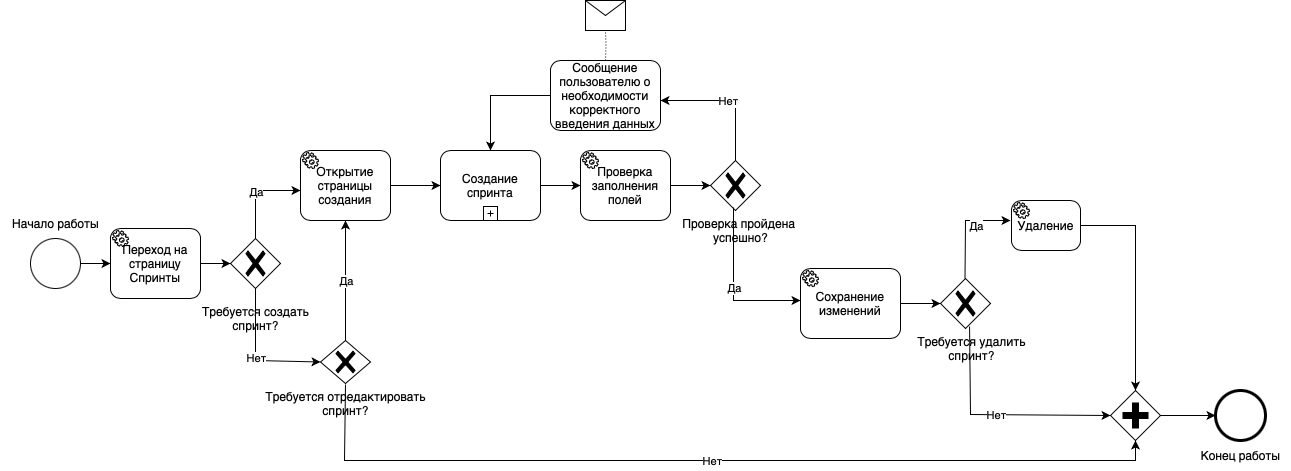
Before: images/WorkSprintpng.png, a diagram exported from draw.io (DibrovDru/Architecture.1). Source tidied: cells renumbered, new cells last; positions are measured from the earlier drawing's top-left corner, leaving out a move shared by most shapes.
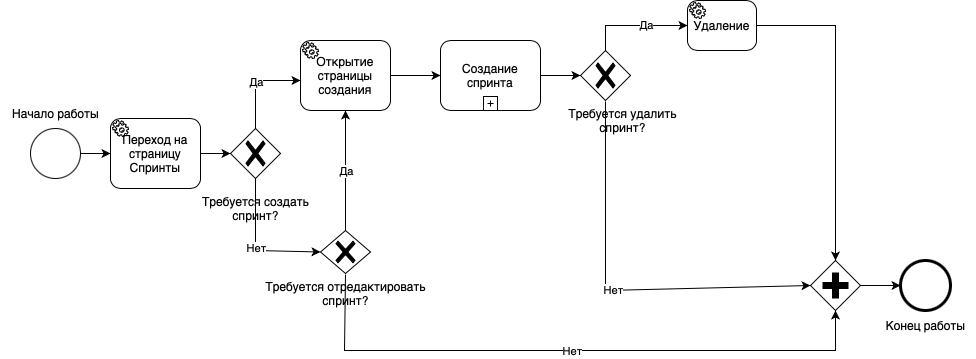
After the change.

Change to the diagram source:
```diff
@@ -62,7 +62,7 @@
       <mxGeometry relative="1" as="geometry">
         <Array as="points">
           <mxPoint x="344" y="460" />
-          <mxPoint x="1135" y="460" />
+          <mxPoint x="835" y="460" />
         </Array>
       </mxGeometry>
     </mxCell>
@@ -78,78 +78,21 @@
     <mxCell id="21" style="endArrow=classic;html=1;rounded=0;exitX=1;exitY=0.5;exitDx=0;exitDy=0;exitPerimeter=0;entryX=0;entryY=0.5;entryDx=0;entryDy=0;entryPerimeter=0;" parent="1" edge="1" source="19" target="20">
       <mxGeometry relative="1" as="geometry" />
     </mxCell>
-    <mxCell id="22" value="Проверка заполнения полей" style="points=[[0.25,0,0],[0.5,0,0],[0.75,0,0],[1,0.25,0],[1,0.5,0],[1,0.75,0],[0.75,1,0],[0.5,1,0],[0.25,1,0],[0,0.75,0],[0,0.5,0],[0,0.25,0]];shape=mxgraph.bpmn.task;whiteSpace=wrap;rectStyle=rounded;size=10;html=1;taskMarker=service;" parent="1" vertex="1">
-      <mxGeometry x="580" y="150" width="90" height="70" as="geometry" />
-    </mxCell>
-    <mxCell id="23" style="endArrow=classic;html=1;rounded=0;exitX=1;exitY=0.5;exitDx=0;exitDy=0;exitPerimeter=0;" parent="1" edge="1" source="20" target="22">
-      <mxGeometry relative="1" as="geometry" />
+    <mxCell id="23" style="endArrow=classic;html=1;rounded=0;exitX=1;exitY=0.5;exitDx=0;exitDy=0;exitPerimeter=0;" parent="1" edge="1" source="20">
+      <mxGeometry relative="1" as="geometry">
+        <mxPoint x="580" y="185" as="targetPoint" />
+      </mxGeometry>
     </mxCell>
-    <mxCell id="24" style="points=[[0.25,0.25,0],[0.5,0,0],[0.75,0.25,0],[1,0.5,0],[0.75,0.75,0],[0.5,1,0],[0.25,0.75,0],[0,0.5,0]];shape=mxgraph.bpmn.gateway2;html=1;verticalLabelPosition=bottom;labelBackgroundColor=#ffffff;verticalAlign=top;align=center;perimeter=rhombusPerimeter;outlineConnect=0;outline=none;symbol=none;gwType=exclusive;" parent="1" vertex="1">
-      <mxGeometry x="710" y="160" width="50" height="50" as="geometry" />
-    </mxCell>
-    <mxCell id="25" style="endArrow=classic;html=1;rounded=0;exitX=1;exitY=0.5;exitDx=0;exitDy=0;exitPerimeter=0;entryX=0;entryY=0.5;entryDx=0;entryDy=0;entryPerimeter=0;" parent="1" edge="1" source="22" target="24">
-      <mxGeometry relative="1" as="geometry" />
-    </mxCell>
-    <mxCell id="26" value="Проверка пройдена&amp;nbsp;&lt;br&gt;успешно?" style="text;html=1;align=center;verticalAlign=middle;points=[];strokeColor=none;fillColor=none;" parent="1" vertex="1">
-      <mxGeometry x="670" y="210" width="140" height="40" as="geometry" />
-    </mxCell>
-    <mxCell id="27" style="endArrow=classic;html=1;rounded=0;exitX=0.5;exitY=0;exitDx=0;exitDy=0;exitPerimeter=0;" parent="1" edge="1" source="24">
-      <mxGeometry relative="1" as="geometry">
-        <mxPoint x="660" y="100" as="targetPoint" />
-        <Array as="points">
-          <mxPoint x="735" y="100" />
-        </Array>
-      </mxGeometry>
-    </mxCell>
-    <mxCell id="28" value="Нет" style="edgeLabel;html=1;align=center;verticalAlign=middle;" parent="27" vertex="1">
-      <mxGeometry relative="1" as="geometry" />
-    </mxCell>
-    <mxCell id="29" value="Сообщение пользователю о необходимости корректного введения данных" style="points=[[0.25,0,0],[0.5,0,0],[0.75,0,0],[1,0.25,0],[1,0.5,0],[1,0.75,0],[0.75,1,0],[0.5,1,0],[0.25,1,0],[0,0.75,0],[0,0.5,0],[0,0.25,0]];shape=mxgraph.bpmn.task;whiteSpace=wrap;rectStyle=rounded;size=10;html=1;taskMarker=abstract;" parent="1" vertex="1">
-      <mxGeometry x="550" y="60" width="110" height="70" as="geometry" />
-    </mxCell>
-    <mxCell id="30" style="shape=message;html=1;" parent="29" vertex="1">
-      <mxGeometry x="35" y="-60" width="40" height="30" as="geometry" />
-    </mxCell>
-    <mxCell id="31" style="edgeStyle=orthogonalEdgeStyle;html=1;elbow=horizontal;endArrow=none;labelBackgroundColor=none;endSize=12;endFill=0;dashed=1;dashPattern=1 2;exitX=0.5;exitY=0;rounded=0;" parent="29" edge="1" target="30">
-      <mxGeometry relative="1" as="geometry">
-        <mxPoint x="55" as="sourcePoint" />
-      </mxGeometry>
-    </mxCell>
-    <mxCell id="32" style="endArrow=classic;html=1;rounded=0;exitX=0;exitY=0.5;exitDx=0;exitDy=0;exitPerimeter=0;entryX=0.5;entryY=0;entryDx=0;entryDy=0;entryPerimeter=0;" parent="1" edge="1" source="29" target="20">
-      <mxGeometry relative="1" as="geometry">
-        <Array as="points">
-          <mxPoint x="490" y="95" />
-        </Array>
-      </mxGeometry>
-    </mxCell>
-    <mxCell id="33" style="endArrow=classic;html=1;rounded=0;exitX=0.45;exitY=-0.075;exitDx=0;exitDy=0;exitPerimeter=0;" parent="1" edge="1" source="26">
-      <mxGeometry relative="1" as="geometry">
-        <mxPoint x="800" y="300" as="targetPoint" />
-        <Array as="points">
-          <mxPoint x="733" y="300" />
-        </Array>
-      </mxGeometry>
-    </mxCell>
-    <mxCell id="34" value="Да" style="edgeLabel;html=1;align=center;verticalAlign=middle;" parent="33" vertex="1">
-      <mxGeometry relative="1" as="geometry" />
-    </mxCell>
-    <mxCell id="35" value="Сохранение изменений" style="points=[[0.25,0,0],[0.5,0,0],[0.75,0,0],[1,0.25,0],[1,0.5,0],[1,0.75,0],[0.75,1,0],[0.5,1,0],[0.25,1,0],[0,0.75,0],[0,0.5,0],[0,0.25,0]];shape=mxgraph.bpmn.task;whiteSpace=wrap;rectStyle=rounded;size=10;html=1;taskMarker=service;" parent="1" vertex="1">
-      <mxGeometry x="800" y="268" width="100" height="70" as="geometry" />
-    </mxCell>
     <mxCell id="36" style="points=[[0.25,0.25,0],[0.5,0,0],[0.75,0.25,0],[1,0.5,0],[0.75,0.75,0],[0.5,1,0],[0.25,0.75,0],[0,0.5,0]];shape=mxgraph.bpmn.gateway2;html=1;verticalLabelPosition=bottom;labelBackgroundColor=#ffffff;verticalAlign=top;align=center;perimeter=rhombusPerimeter;outlineConnect=0;outline=none;symbol=none;gwType=exclusive;" parent="1" vertex="1">
-      <mxGeometry x="940" y="278" width="50" height="50" as="geometry" />
+      <mxGeometry x="580" y="160" width="50" height="50" as="geometry" />
     </mxCell>
-    <mxCell id="37" style="endArrow=classic;html=1;rounded=0;exitX=1;exitY=0.5;exitDx=0;exitDy=0;exitPerimeter=0;entryX=0;entryY=0.5;entryDx=0;entryDy=0;entryPerimeter=0;" parent="1" edge="1" source="35" target="36">
-      <mxGeometry relative="1" as="geometry" />
-    </mxCell>
     <mxCell id="38" value="Требуется удалить &lt;br&gt;спринт?" style="text;html=1;align=center;verticalAlign=middle;points=[];strokeColor=none;fillColor=none;" parent="1" vertex="1">
-      <mxGeometry x="906" y="328" width="130" height="40" as="geometry" />
+      <mxGeometry x="557" y="210" width="130" height="40" as="geometry" />
     </mxCell>
-    <mxCell id="39" style="endArrow=classic;html=1;rounded=0;exitX=0.485;exitY=-0.05;exitDx=0;exitDy=0;exitPerimeter=0;entryX=0;entryY=0.5;entryDx=0;entryDy=0;entryPerimeter=0;" parent="1" edge="1" source="38">
+    <mxCell id="39" style="endArrow=classic;html=1;rounded=0;exitX=0.369;exitY=0.025;exitDx=0;exitDy=0;exitPerimeter=0;entryX=0;entryY=0.5;entryDx=0;entryDy=0;entryPerimeter=0;" parent="1" edge="1" source="38" target="47">
       <mxGeometry relative="1" as="geometry">
-        <mxPoint x="1110" y="415" as="targetPoint" />
         <Array as="points">
-          <mxPoint x="970" y="414" />
+          <mxPoint x="605" y="400" />
         </Array>
       </mxGeometry>
     </mxCell>
@@ -157,14 +100,12 @@
       <mxGeometry relative="1" as="geometry" />
     </mxCell>
     <mxCell id="41" value="Конец работы" style="text;html=1;align=center;verticalAlign=middle;strokeColor=none;fillColor=none;" parent="1" vertex="1">
-      <mxGeometry x="1190" y="440" width="100" height="30" as="geometry" />
+      <mxGeometry x="875" y="420" width="100" height="30" as="geometry" />
     </mxCell>
-    <mxCell id="42" style="endArrow=classic;html=1;rounded=0;exitX=0.5;exitY=0;exitDx=0;exitDy=0;exitPerimeter=0;" parent="1" edge="1">
+    <mxCell id="42" style="endArrow=classic;html=1;rounded=0;exitX=0.5;exitY=0;exitDx=0;exitDy=0;exitPerimeter=0;entryX=0;entryY=0.5;entryDx=0;entryDy=0;entryPerimeter=0;" parent="1" edge="1" source="36" target="45">
       <mxGeometry relative="1" as="geometry">
-        <mxPoint x="964.5" y="278" as="sourcePoint" />
-        <mxPoint x="1010" y="220" as="targetPoint" />
         <Array as="points">
-          <mxPoint x="965" y="220" />
+          <mxPoint x="605" y="135" />
         </Array>
       </mxGeometry>
     </mxCell>
@@ -177,16 +118,16 @@
       <mxGeometry relative="1" as="geometry" />
     </mxCell>
     <mxCell id="45" value="Удаление" style="points=[[0.25,0,0],[0.5,0,0],[0.75,0,0],[1,0.25,0],[1,0.5,0],[1,0.75,0],[0.75,1,0],[0.5,1,0],[0.25,1,0],[0,0.75,0],[0,0.5,0],[0,0.25,0]];shape=mxgraph.bpmn.task;whiteSpace=wrap;rectStyle=rounded;size=10;html=1;taskMarker=service;" parent="1" vertex="1">
-      <mxGeometry x="1011" y="200" width="69" height="50" as="geometry" />
+      <mxGeometry x="687" y="110" width="69" height="50" as="geometry" />
     </mxCell>
     <mxCell id="46" style="edgeStyle=orthogonalEdgeStyle;rounded=0;jettySize=auto;html=1;" parent="1" edge="1" source="47" target="48">
       <mxGeometry relative="1" as="geometry" />
     </mxCell>
     <mxCell id="47" style="points=[[0.25,0.25,0],[0.5,0,0],[0.75,0.25,0],[1,0.5,0],[0.75,0.75,0],[0.5,1,0],[0.25,0.75,0],[0,0.5,0]];shape=mxgraph.bpmn.gateway2;html=1;verticalLabelPosition=bottom;labelBackgroundColor=#ffffff;verticalAlign=top;align=center;perimeter=rhombusPerimeter;outlineConnect=0;outline=none;symbol=none;gwType=parallel;" parent="1" vertex="1">
-      <mxGeometry x="1110" y="390" width="50" height="50" as="geometry" />
+      <mxGeometry x="810" y="370" width="50" height="50" as="geometry" />
     </mxCell>
     <mxCell id="48" style="points=[[0.145,0.145,0],[0.5,0,0],[0.855,0.145,0],[1,0.5,0],[0.855,0.855,0],[0.5,1,0],[0.145,0.855,0],[0,0.5,0]];shape=mxgraph.bpmn.event;html=1;verticalLabelPosition=bottom;labelBackgroundColor=#ffffff;verticalAlign=top;align=center;perimeter=ellipsePerimeter;outlineConnect=0;outline=end;symbol=terminate2;" parent="1" vertex="1">
-      <mxGeometry x="1215" y="390" width="50" height="50" as="geometry" />
+      <mxGeometry x="900" y="370" width="50" height="50" as="geometry" />
     </mxCell>
   </root>
 </mxGraphModel>
```
